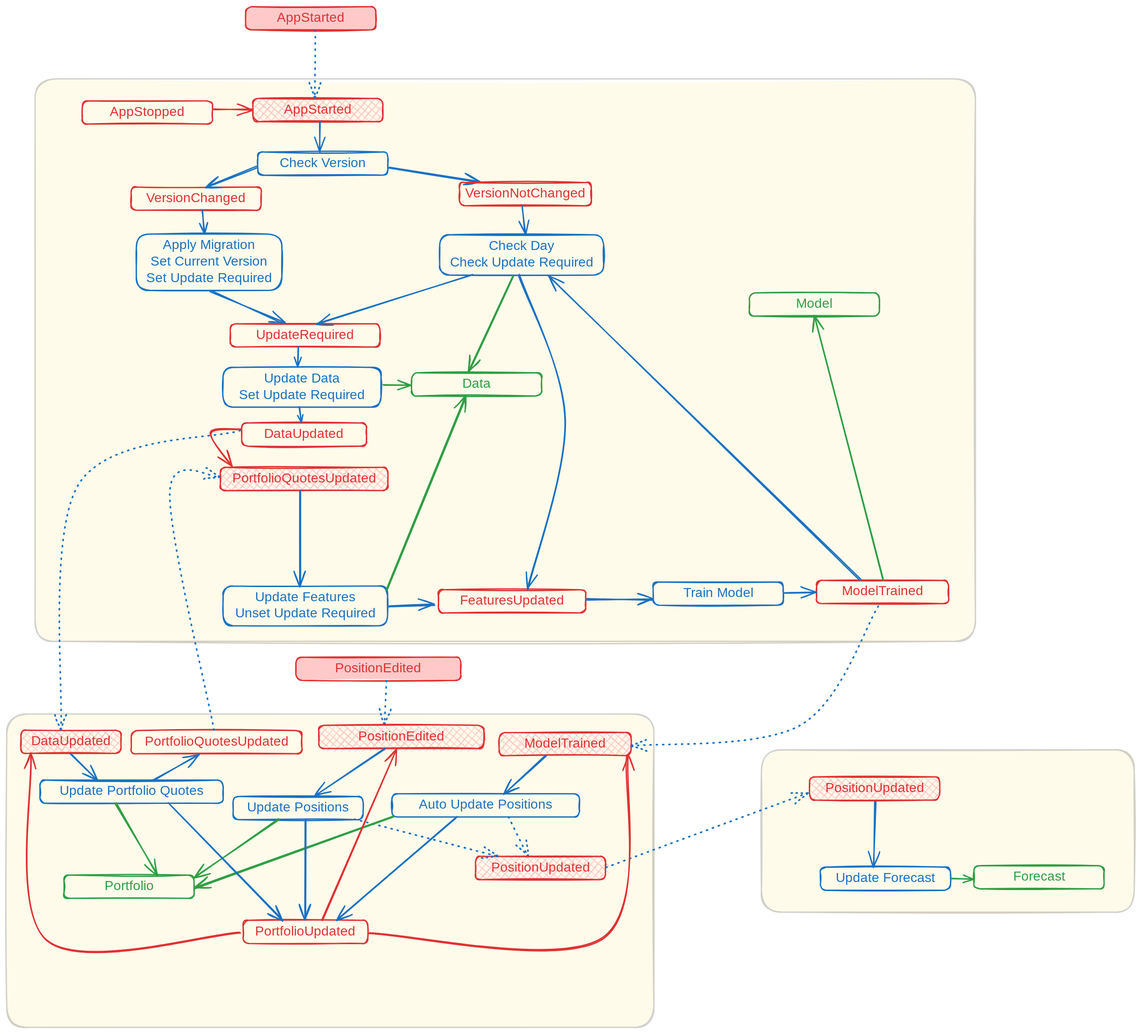
WLM1ke/poptimizer keeps this Excalidraw diagram as docs/fsm.excalidraw.svg. Above is the earlier version. Source tidied: one line per element, renumbered; positions are measured from the earlier drawing's top-left corner, leaving out a move shared by most shapes.
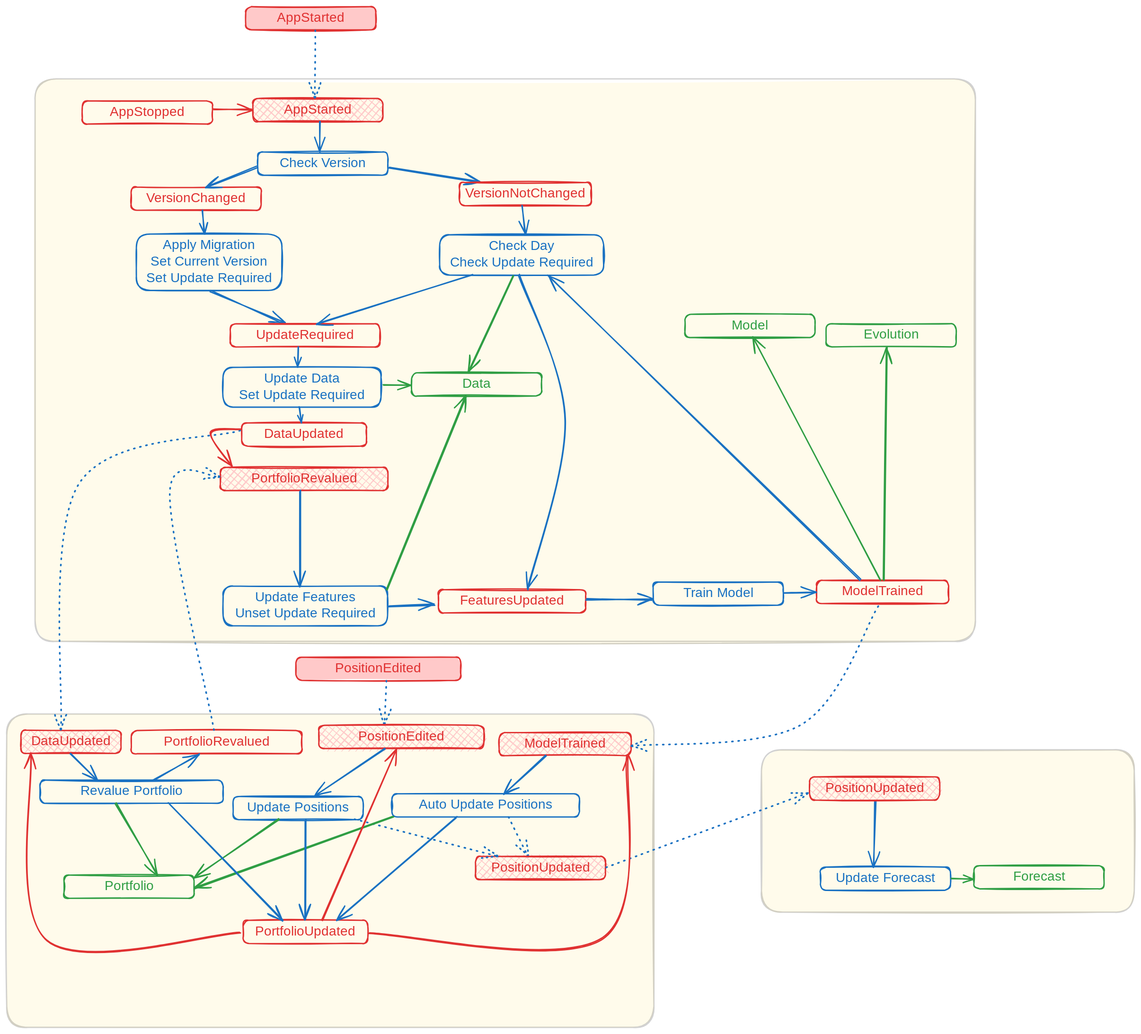
After the commit.

Change to the diagram source:
```diff
@@ -18,7 +18,7 @@
 {"id": 17, "type": "rectangle", "strokeColor": "#1971c2", "strokeWidth": 2, "roughness": 1, "round": true, "x": 326, "y": 544, "width": 238, "height": 60}
 {"id": 18, "type": "text", "text": "Update Data\nSet Update Required", "strokeColor": "#1971c2", "strokeWidth": 2, "roughness": 1, "fontSize": 20, "fontFamily": 5, "textAlign": "center", "verticalAlign": "middle", "inside": 17, "x": 344, "y": 549, "width": 204, "height": 50}
 {"id": 19, "type": "rectangle", "strokeColor": "#1971c2", "strokeWidth": 2, "roughness": 1, "round": true, "x": 50, "y": 1167, "width": 277, "height": 35}
-{"id": 20, "type": "text", "text": "Update Portfolio Quotes", "strokeColor": "#1971c2", "strokeWidth": 2, "roughness": 1, "fontSize": 20, "fontFamily": 5, "textAlign": "center", "verticalAlign": "middle", "inside": 19, "x": 65, "y": 1172, "width": 246, "height": 25}
+{"id": 20, "type": "text", "text": "Revalue Portfolio", "strokeColor": "#1971c2", "strokeWidth": 2, "roughness": 1, "fontSize": 20, "fontFamily": 5, "textAlign": "center", "verticalAlign": "middle", "inside": 19, "x": 103, "y": 1172, "width": 170, "height": 25}
 {"id": 21, "type": "rectangle", "strokeColor": "#1971c2", "strokeWidth": 2, "roughness": 1, "round": true, "x": 976, "y": 868, "width": 196, "height": 35}
 {"id": 22, "type": "text", "text": "Train Model", "strokeColor": "#1971c2", "strokeWidth": 2, "roughness": 1, "fontSize": 20, "fontFamily": 5, "textAlign": "center", "verticalAlign": "middle", "inside": 21, "x": 1018, "y": 873, "width": 113, "height": 25}
 {"id": 23, "type": "arrow", "strokeColor": "#1971c2", "strokeWidth": 2, "roughness": 1, "endArrowhead": "arrow", "round": true, "from": 3, "to": 15, "x": 473, "y": 174, "width": 0, "height": 45, "points": [[0, 0], [0, 45]]}
@@ -63,10 +63,10 @@
 {"id": 62, "type": "text", "text": "DataUpdated", "strokeColor": "#e03131", "strokeWidth": 2, "roughness": 1, "fontSize": 20, "fontFamily": 5, "textAlign": "center", "verticalAlign": "middle", "inside": 61, "x": 31, "y": 1097, "width": 133, "height": 25}
 {"id": 63, "type": "arrow", "strokeColor": "#1971c2", "backgroundColor": "#ffc9c9", "fillStyle": "solid", "strokeWidth": 2, "roughness": 1, "endArrowhead": "arrow", "round": true, "from": 61, "to": 19, "x": 96, "y": 1127, "width": 41, "height": 40, "points": [[0, 0], [41, 40]]}
 {"id": 64, "type": "rectangle", "strokeColor": "#e03131", "strokeWidth": 2, "roughness": 1, "round": true, "x": 188, "y": 1092, "width": 258, "height": 35}
-{"id": 65, "type": "text", "text": "PortfolioQuotesUpdated", "strokeColor": "#e03131", "strokeWidth": 2, "roughness": 1, "fontSize": 20, "fontFamily": 5, "textAlign": "center", "verticalAlign": "middle", "inside": 64, "x": 196, "y": 1097, "width": 242, "height": 25}
+{"id": 65, "type": "text", "text": "PortfolioRevalued", "strokeColor": "#e03131", "strokeWidth": 2, "roughness": 1, "fontSize": 20, "fontFamily": 5, "textAlign": "center", "verticalAlign": "middle", "inside": 64, "x": 230, "y": 1097, "width": 174, "height": 25}
 {"id": 66, "type": "arrow", "strokeColor": "#1971c2", "backgroundColor": "#ffc9c9", "fillStyle": "solid", "strokeWidth": 2, "roughness": 1, "endArrowhead": "arrow", "round": true, "from": 19, "to": 64, "x": 222, "y": 1167, "width": 68, "height": 39, "points": [[0, 0], [68, -39]]}
 {"id": 67, "type": "rectangle", "strokeColor": "#e03131", "backgroundColor": "#ffc9c9", "fillStyle": "cross-hatch", "strokeWidth": 2, "roughness": 1, "round": true, "x": 322, "y": 695, "width": 253, "height": 35}
-{"id": 68, "type": "text", "text": "PortfolioQuotesUpdated", "strokeColor": "#e03131", "strokeWidth": 2, "roughness": 1, "fontSize": 20, "fontFamily": 5, "textAlign": "center", "verticalAlign": "middle", "inside": 67, "x": 328, "y": 700, "width": 242, "height": 25}
+{"id": 68, "type": "text", "text": "PortfolioRevalued", "strokeColor": "#e03131", "strokeWidth": 2, "roughness": 1, "fontSize": 20, "fontFamily": 5, "textAlign": "center", "verticalAlign": "middle", "inside": 67, "x": 362, "y": 700, "width": 174, "height": 25}
 {"id": 69, "type": "rectangle", "strokeColor": "#1971c2", "strokeWidth": 2, "roughness": 1, "round": true, "x": 327, "y": 874, "width": 248, "height": 60}
 {"id": 70, "type": "text", "text": "Update Features\nUnset Update Required", "strokeColor": "#1971c2", "strokeWidth": 2, "roughness": 1, "fontSize": 20, "fontFamily": 5, "textAlign": "center", "verticalAlign": "middle", "inside": 69, "x": 337, "y": 879, "width": 227, "height": 50}
 {"id": 71, "type": "arrow", "strokeColor": "#1971c2", "backgroundColor": "#ffc9c9", "fillStyle": "solid", "strokeWidth": 2, "roughness": 1, "endArrowhead": "arrow", "round": true, "from": 67, "to": 69, "x": 443, "y": 730, "width": 1, "height": 144, "points": [[0, 0], [1, 144]]}
@@ -89,9 +89,9 @@
 {"id": 88, "type": "arrow", "strokeColor": "#1971c2", "backgroundColor": "#ffc9c9", "fillStyle": "cross-hatch", "strokeWidth": 2, "roughness": 1, "endArrowhead": "arrow", "round": true, "from": 13, "to": 42, "x": 295, "y": 307, "width": 3, "height": 35, "points": [[0, 0], [3, 35]]}
 {"id": 89, "type": "arrow", "strokeColor": "#1971c2", "strokeWidth": 2, "roughness": 1, "endArrowhead": "arrow", "round": true, "from": 52, "to": 21, "x": 875, "y": 894, "width": 99, "height": 1, "points": [[0, 0], [99, 1]]}
 {"id": 90, "type": "arrow", "strokeColor": "#1971c2", "strokeWidth": 2, "roughness": 1, "endArrowhead": "arrow", "round": true, "from": 21, "to": 82, "x": 1173, "y": 885, "width": 48, "height": 1, "points": [[0, 0], [48, -1]]}
-{"id": 91, "type": "rectangle", "strokeColor": "#2f9e44", "strokeWidth": 2, "roughness": 1, "round": true, "x": 1121, "y": 432, "width": 196, "height": 35}
+{"id": 91, "type": "rectangle", "strokeColor": "#2f9e44", "strokeWidth": 2, "roughness": 1, "round": true, "x": 1024, "y": 464, "width": 196, "height": 35}
-{"id": 92, "type": "text", "text": "Model", "strokeColor": "#2f9e44", "strokeWidth": 2, "roughness": 1, "fontSize": 20, "fontFamily": 5, "textAlign": "center", "verticalAlign": "middle", "inside": 91, "x": 1192, "y": 437, "width": 55, "height": 25}
+{"id": 92, "type": "text", "text": "Model", "strokeColor": "#2f9e44", "strokeWidth": 2, "roughness": 1, "fontSize": 20, "fontFamily": 5, "textAlign": "center", "verticalAlign": "middle", "inside": 91, "x": 1095, "y": 469, "width": 55, "height": 25}
-{"id": 93, "type": "arrow", "strokeColor": "#2f9e44", "backgroundColor": "#ffc9c9", "fillStyle": "cross-hatch", "strokeWidth": 2, "roughness": 1, "endArrowhead": "arrow", "round": true, "from": 82, "to": 91, "x": 1323, "y": 865, "width": 103, "height": 398, "points": [[0, 0], [-103, -398]]}
+{"id": 93, "type": "arrow", "strokeColor": "#2f9e44", "backgroundColor": "#ffc9c9", "fillStyle": "cross-hatch", "strokeWidth": 2, "roughness": 1, "endArrowhead": "arrow", "round": true, "from": 82, "to": 91, "x": 1318, "y": 865, "width": 192, "height": 366, "points": [[0, 0], [-192, -366]]}
 {"id": 94, "type": "arrow", "strokeColor": "#1971c2", "backgroundColor": "#ffc9c9", "fillStyle": "cross-hatch", "strokeWidth": 2, "strokeStyle": "dotted", "roughness": 1, "endArrowhead": "arrow", "round": true, "from": 82, "to": 85, "x": 1316, "y": 904, "width": 374, "height": 212, "points": [[0, 0], [-119, 180], [-374, 212]]}
 {"id": 95, "type": "arrow", "strokeColor": "#e03131", "backgroundColor": "#ffc9c9", "fillStyle": "cross-hatch", "strokeWidth": 2, "roughness": 1, "endArrowhead": "arrow", "round": true, "from": 58, "to": 67, "x": 354, "y": 637, "width": 45, "height": 58, "points": [[0, 0], [-45, 7], [-13, 58]]}
 {"id": 96, "type": "rectangle", "strokeColor": "#e03131", "backgroundColor": "#ffc9c9", "fillStyle": "cross-hatch", "strokeWidth": 2, "roughness": 1, "round": true, "x": 1212, "y": 1162, "width": 196, "height": 35}
@@ -109,3 +109,6 @@
 {"id": 108, "type": "rectangle", "strokeColor": "#e03131", "strokeWidth": 2, "roughness": 1, "round": true, "x": 114, "y": 142, "width": 196, "height": 35}
 {"id": 109, "type": "text", "text": "AppStopped", "strokeColor": "#e03131", "strokeWidth": 2, "roughness": 1, "fontSize": 20, "fontFamily": 5, "textAlign": "center", "verticalAlign": "middle", "inside": 108, "x": 155, "y": 147, "width": 115, "height": 25}
 {"id": 110, "type": "arrow", "strokeColor": "#e03131", "strokeWidth": 2, "roughness": 1, "endArrowhead": "arrow", "round": true, "from": 108, "to": 3, "x": 312, "y": 156, "width": 57, "height": 1, "points": [[0, 0], [57, -1]]}
+{"id": 111, "type": "rectangle", "strokeColor": "#2f9e44", "strokeWidth": 2, "roughness": 1, "round": true, "x": 1237, "y": 478, "width": 196, "height": 35}
+{"id": 112, "type": "text", "text": "Evolution", "strokeColor": "#2f9e44", "strokeWidth": 2, "roughness": 1, "fontSize": 20, "fontFamily": 5, "textAlign": "center", "verticalAlign": "middle", "inside": 111, "x": 1290, "y": 483, "width": 91, "height": 25}
+{"id": 113, "type": "arrow", "strokeColor": "#2f9e44", "strokeWidth": 2, "roughness": 1, "endArrowhead": "arrow", "round": true, "from": 82, "to": 111, "x": 1324, "y": 864, "width": 5, "height": 351, "points": [[0, 0], [5, -351]]}
```
